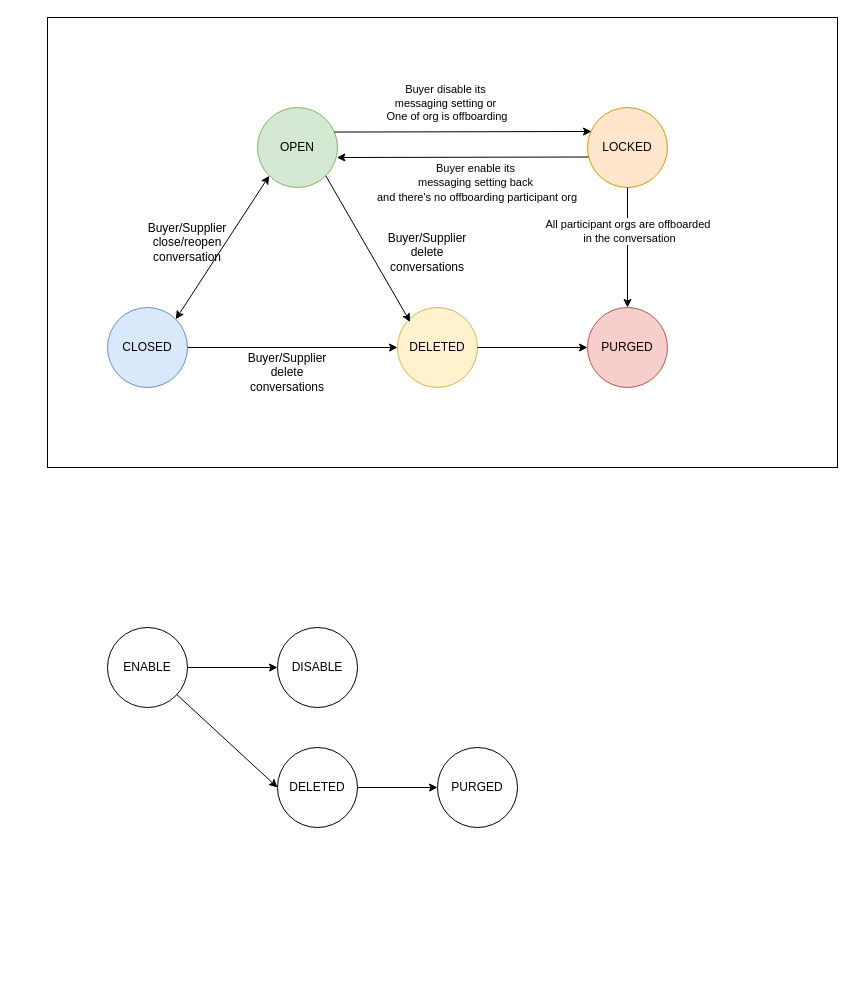
Earlier version of the draw.io diagram page "Page-4" (4 of 5) of messaging.drawio (huangshijie/Drawio). Source tidied: cells renumbered, new cells numbered last; positions are measured from the earlier drawing's top-left corner, leaving out a move shared by most shapes. Both pictures are drawn from the tidied source at 100%, with x=0, y=0 at pixel (47, 17).
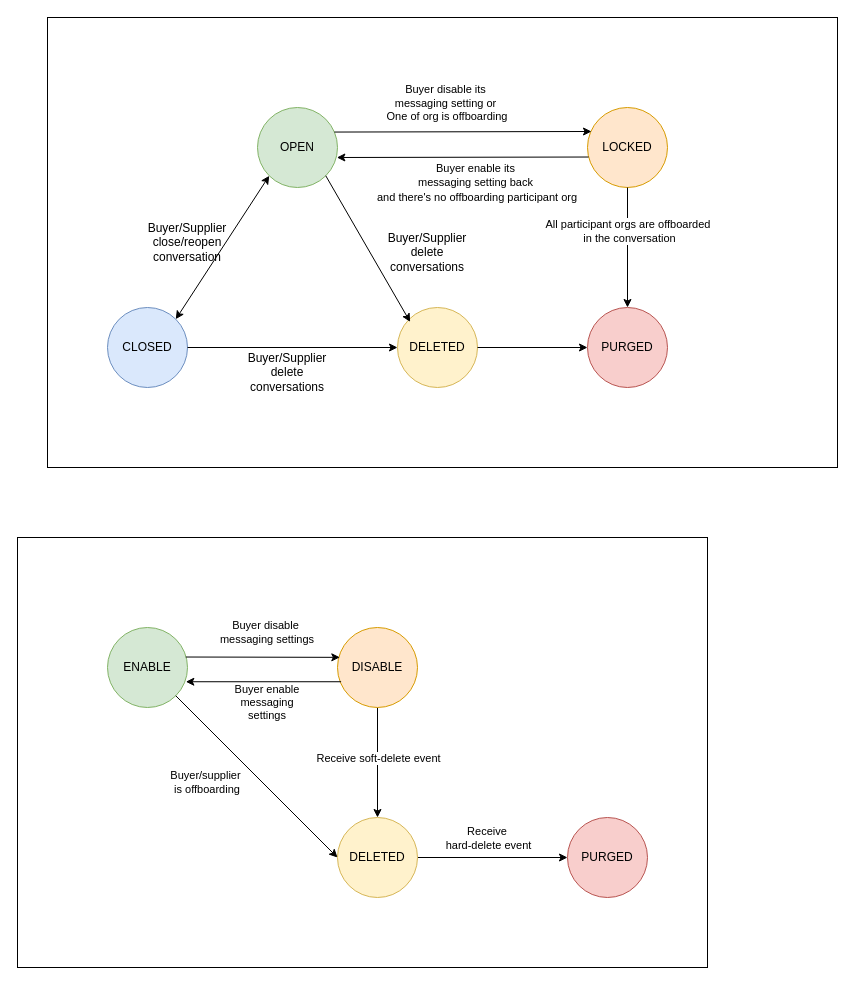
After the change.

The change refers to these unchanged cells:
```xml
<mxCell id="25" style="edgeStyle=orthogonalEdgeStyle;rounded=0;jettySize=auto;html=1;" parent="1" edge="1" source="26" target="23">
  <mxGeometry relative="1" as="geometry" />
</mxCell>
```

What changed in the source:
```diff
@@
+    <mxCell id="28" style="rounded=0;whiteSpace=wrap;html=1;" parent="1" vertex="1">
+      <mxGeometry x="-30" y="520" width="690" height="430" as="geometry" />
+    </mxCell>
@@
-    <mxCell id="21" value="ENABLE" style="ellipse;whiteSpace=wrap;html=1;" parent="1" vertex="1">
+    <mxCell id="21" value="ENABLE" style="ellipse;whiteSpace=wrap;html=1;fillColor=#d5e8d4;strokeColor=#82b366;" parent="1" vertex="1">
       <mxGeometry x="60" y="610" width="80" height="80" as="geometry" />
     </mxCell>
+    <mxCell id="29" style="edgeStyle=orthogonalEdgeStyle;rounded=0;jettySize=auto;html=1;entryX=0.5;entryY=0;entryDx=0;entryDy=0;" parent="1" edge="1" source="22" target="26">
+      <mxGeometry relative="1" as="geometry" />
+    </mxCell>
+    <mxCell id="30" value="Receive soft-delete event" style="edgeLabel;html=1;align=center;verticalAlign=middle;fontSize=11;" parent="29" vertex="1">
+      <mxGeometry x="-0.24" y="-1" relative="1" as="geometry">
+        <mxPoint x="1" y="8" as="offset" />
+      </mxGeometry>
+    </mxCell>
-    <mxCell id="22" value="DISABLE" style="ellipse;whiteSpace=wrap;html=1;" parent="1" vertex="1">
-      <mxGeometry x="230" y="610" width="80" height="80" as="geometry" />
+    <mxCell id="22" value="DISABLE" style="ellipse;whiteSpace=wrap;html=1;fillColor=#ffe6cc;strokeColor=#d79b00;" parent="1" vertex="1">
+      <mxGeometry x="290" y="610" width="80" height="80" as="geometry" />
     </mxCell>
-    <mxCell id="23" value="PURGED" style="ellipse;whiteSpace=wrap;html=1;" parent="1" vertex="1">
-      <mxGeometry x="390" y="730" width="80" height="80" as="geometry" />
+    <mxCell id="23" value="PURGED" style="ellipse;whiteSpace=wrap;html=1;fillColor=#f8cecc;strokeColor=#b85450;" parent="1" vertex="1">
+      <mxGeometry x="520" y="800" width="80" height="80" as="geometry" />
     </mxCell>
-    <mxCell id="24" style="endArrow=classic;html=1;rounded=0;exitX=1;exitY=0.5;exitDx=0;exitDy=0;entryX=0;entryY=0.5;entryDx=0;entryDy=0;" parent="1" edge="1" source="21" target="22">
+    <mxCell id="24" style="endArrow=classic;html=1;rounded=0;exitX=0.979;exitY=0.369;exitDx=0;exitDy=0;exitPerimeter=0;entryX=0.029;entryY=0.373;entryDx=0;entryDy=0;entryPerimeter=0;" parent="1" edge="1" source="21" target="22">
       <mxGeometry relative="1" as="geometry" />
     </mxCell>
@@
+    <mxCell id="31" value="Receive&amp;nbsp;&lt;div&gt;hard-delete event&lt;/div&gt;" style="edgeLabel;html=1;align=center;verticalAlign=middle;fontSize=11;" parent="25" vertex="1">
+      <mxGeometry x="0.16" y="-2" relative="1" as="geometry">
+        <mxPoint x="-17" y="-22" as="offset" />
+      </mxGeometry>
+    </mxCell>
-    <mxCell id="26" value="DELETED" style="ellipse;whiteSpace=wrap;html=1;" parent="1" vertex="1">
-      <mxGeometry x="230" y="730" width="80" height="80" as="geometry" />
+    <mxCell id="26" value="DELETED" style="ellipse;whiteSpace=wrap;html=1;fillColor=#fff2cc;strokeColor=#d6b656;" parent="1" vertex="1">
+      <mxGeometry x="290" y="800" width="80" height="80" as="geometry" />
     </mxCell>
-    <mxCell id="27" style="endArrow=classic;html=1;rounded=0;entryX=0;entryY=0.5;entryDx=0;entryDy=0;" parent="1" edge="1" source="21" target="26">
+    <mxCell id="27" style="endArrow=classic;html=1;rounded=0;entryX=0;entryY=0.5;entryDx=0;entryDy=0;exitX=1;exitY=1;exitDx=0;exitDy=0;" parent="1" edge="1" source="21" target="26">
       <mxGeometry relative="1" as="geometry" />
     </mxCell>
+    <mxCell id="32" value="&lt;span style=&quot;text-wrap-mode: nowrap; background-color: rgb(255, 255, 255);&quot;&gt;Buyer disable&amp;nbsp;&lt;/span&gt;&lt;div style=&quot;text-wrap-mode: nowrap;&quot;&gt;messaging settings&lt;/div&gt;" style="text;html=1;whiteSpace=wrap;strokeColor=none;fillColor=none;align=center;verticalAlign=middle;rounded=0;fontSize=11;" parent="1" vertex="1">
+      <mxGeometry x="190" y="600" width="60" height="30" as="geometry" />
+    </mxCell>
+    <mxCell id="33" style="endArrow=classic;html=1;rounded=0;exitX=0.045;exitY=0.678;exitDx=0;exitDy=0;entryX=0.979;entryY=0.678;entryDx=0;entryDy=0;exitPerimeter=0;entryPerimeter=0;" parent="1" edge="1" source="22" target="21">
+      <mxGeometry relative="1" as="geometry" />
+    </mxCell>
+    <mxCell id="34" value="Buyer enable messaging settings" style="text;html=1;whiteSpace=wrap;strokeColor=none;fillColor=none;align=center;verticalAlign=middle;rounded=0;fontSize=11;" parent="1" vertex="1">
+      <mxGeometry x="175" y="670" width="90" height="30" as="geometry" />
+    </mxCell>
+    <mxCell id="35" value="&lt;span style=&quot;text-wrap-mode: nowrap; background-color: rgb(255, 255, 255);&quot;&gt;Buyer/supplier&amp;nbsp;&lt;/span&gt;&lt;div&gt;&lt;span style=&quot;text-wrap-mode: nowrap; background-color: rgb(255, 255, 255);&quot;&gt;is offboarding&lt;/span&gt;&lt;/div&gt;" style="text;html=1;whiteSpace=wrap;strokeColor=none;fillColor=none;align=center;verticalAlign=middle;rounded=0;fontSize=11;" parent="1" vertex="1">
+      <mxGeometry x="130" y="750" width="60" height="30" as="geometry" />
+    </mxCell>
```
